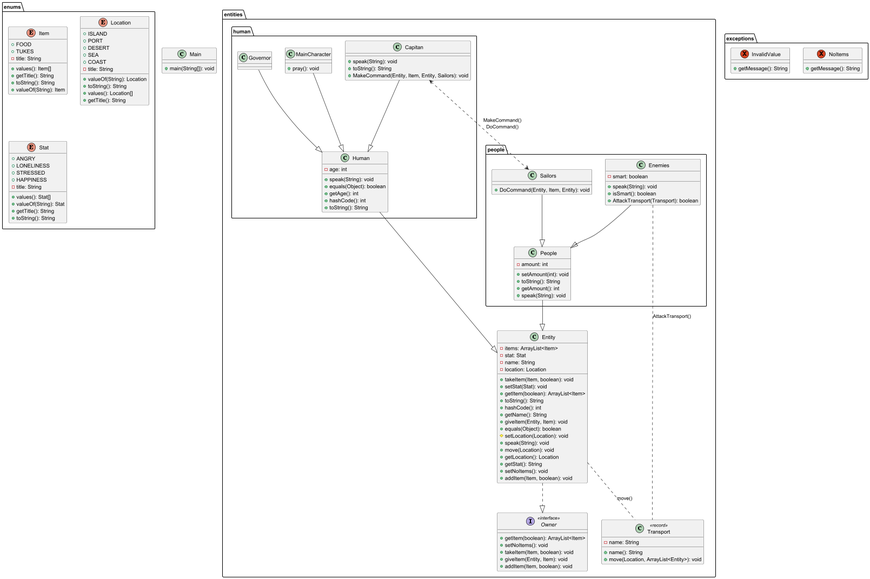
Dkanil/ITMO keeps this PlantUML diagram as semester1/programming/lab3/lab3_uml.png. Above is the earlier version.
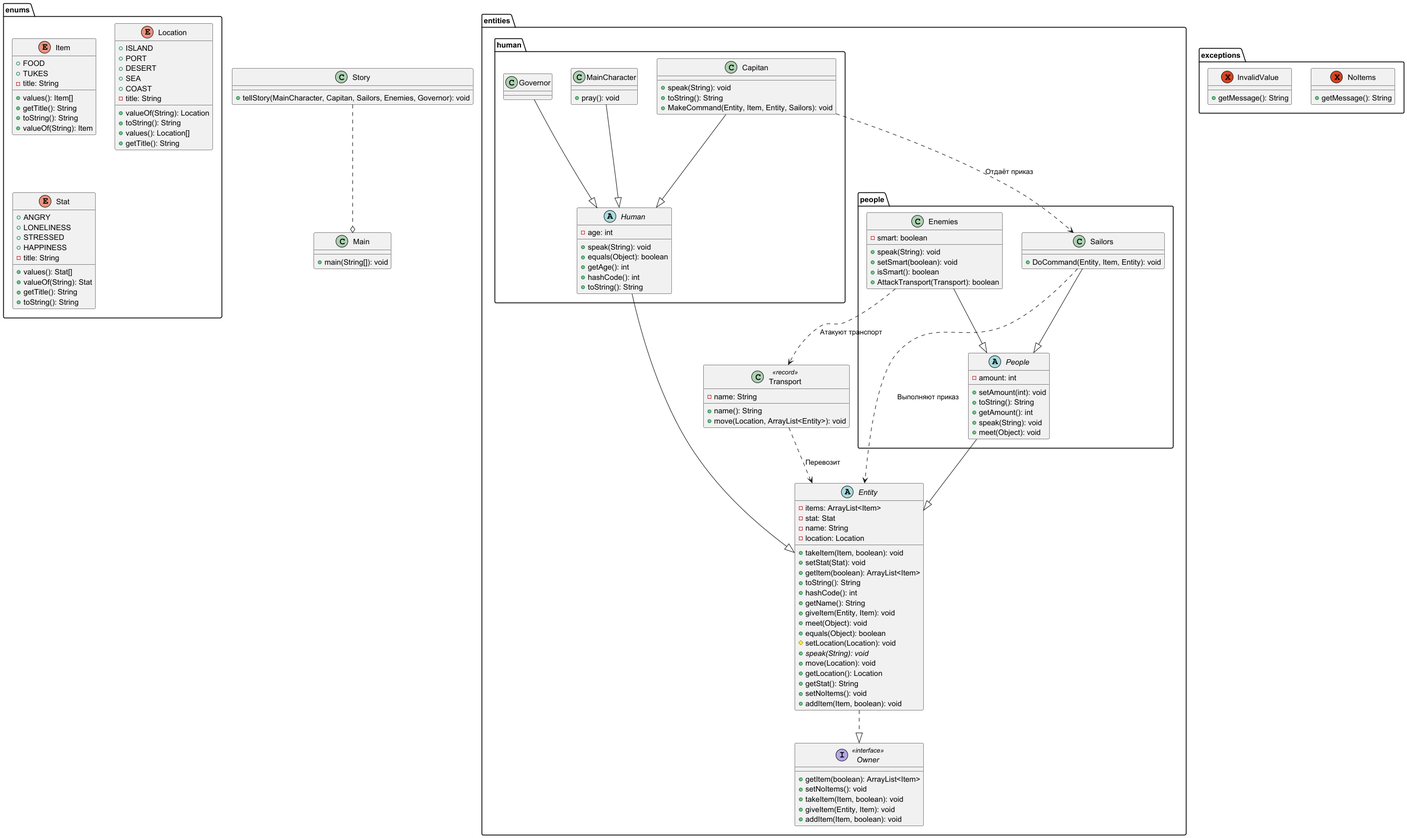
Above is the later version.

Commit message:
programming lab3 upd

Change to the diagram source:
```diff
@@ -1,7 +1,7 @@
 @startuml
 
 package entities{
-    class Entity {
+    abstract class Entity {
       - items: ArrayList<Item>
       - stat: Stat
       - name: String
@@ -13,9 +13,10 @@
       + hashCode(): int
       + getName(): String
       + giveItem(Entity, Item): void
+      + meet(Object): void
       + equals(Object): boolean
       # setLocation(Location): void
-      + speak(String): void
+      + {abstract} speak(String): void
       + move(Location): void
       + getLocation(): Location
       + getStat(): String
@@ -35,7 +36,7 @@
       + move(Location, ArrayList<Entity>): void
     }
     package human{
-        class Human {
+        abstract class Human {
           - age: int
           + speak(String): void
           + equals(Object): boolean
@@ -54,16 +55,18 @@
         class Governor
     }
     package people{
-        class People {
+        abstract class People {
           - amount: int
           + setAmount(int): void
           + toString(): String
           + getAmount(): int
           + speak(String): void
+          + meet(Object): void
         }
         class Enemies {
           - smart: boolean
           + speak(String): void
+          + setSmart(boolean): void
           + isSmart(): boolean
           + AttackTransport(Transport): boolean
         }
@@ -118,9 +121,10 @@
 class Main {
   + main(String[]): void
 }
+class Story {
+  + tellStory(MainCharacter, Capitan, Sailors, Enemies, Governor): void
+}
 
-Entity          ..   Transport: move()
-Enemies         ..   Transport: AttackTransport()
 Entity         ..|>  Owner
 Human          --|>  Entity
 People         --|>  Entity
@@ -129,5 +133,9 @@
 Capitan        --|>  Human
 Governor       --|>  Human
 MainCharacter  --|>  Human
-Capitan <..> Sailors: MakeCommand()\nDoCommand()
+Story          ..o   Main
+Capitan        ..>   Sailors: Отдаёт приказ
+Sailors        ..>   Entity: Выполняют приказ
+Enemies        ..>   Transport: Атакуют транспорт
+Transport      ..>   Entity: Перевозит
 @enduml
```
